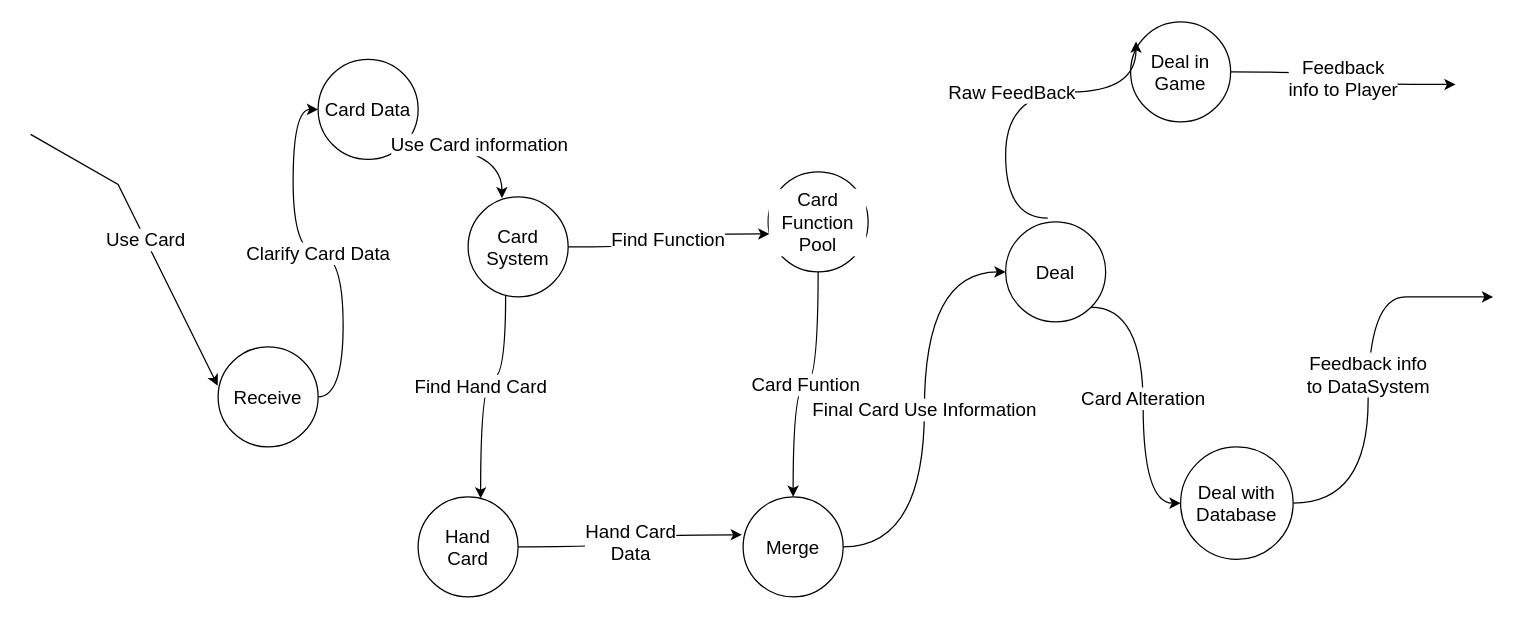
yizhezhixing/yizhezhixing keeps this draw.io diagram as dataflow.drawio. Above is the earlier version. Source tidied: cells renumbered, new cells numbered last; positions are measured from the earlier drawing's top-left corner, leaving out a move shared by most shapes. Both pictures are drawn from the tidied source at 125%, with x=0, y=0 at pixel (30, 21).
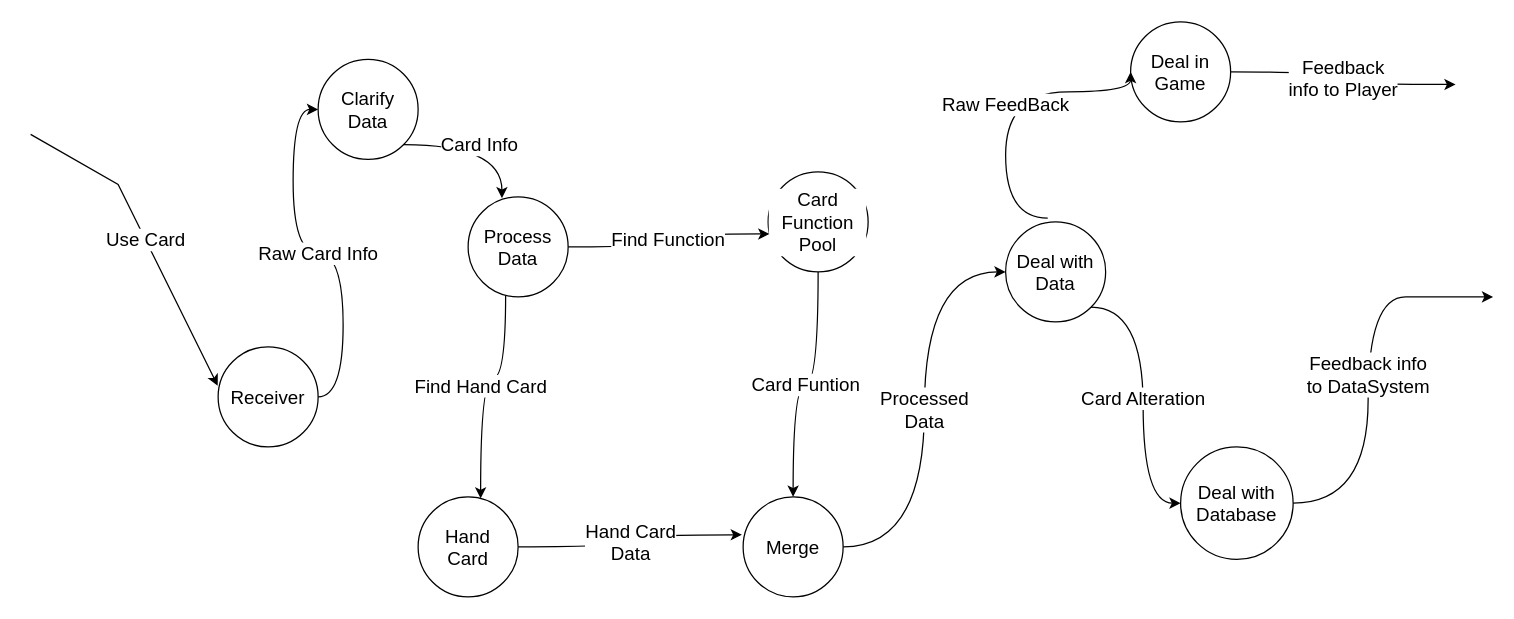
The same diagram, later.

The change refers to these unchanged cells:
```xml
<mxCell id="15" value="Merge" style="ellipse;whiteSpace=wrap;html=1;fontFamily=Helvetica;fontSize=15;fontColor=default;labelBackgroundColor=default;" parent="1" vertex="1">
  <mxGeometry x="570" y="380" width="80" height="80" as="geometry" />
</mxCell>
<mxCell id="18" value="Deal in&lt;div style=&quot;font-size: 15px;&quot;&gt;Game&lt;/div&gt;" style="ellipse;whiteSpace=wrap;html=1;fontFamily=Helvetica;fontSize=15;fontColor=default;labelBackgroundColor=default;" parent="1" vertex="1">
  <mxGeometry x="880" width="80" height="80" as="geometry" />
</mxCell>
```

What changed in the source:
```diff
@@
-    <mxCell id="2" value="Clarify Card Data" style="edgeStyle=orthogonalEdgeStyle;rounded=0;jettySize=auto;html=1;exitX=1;exitY=0.5;exitDx=0;exitDy=0;entryX=0;entryY=0.5;entryDx=0;entryDy=0;curved=1;fontSize=15;" parent="1" edge="1" source="3" target="5">
+    <mxCell id="2" value="Raw Card Info" style="edgeStyle=orthogonalEdgeStyle;rounded=0;jettySize=auto;html=1;exitX=1;exitY=0.5;exitDx=0;exitDy=0;entryX=0;entryY=0.5;entryDx=0;entryDy=0;curved=1;fontSize=15;" parent="1" edge="1" source="3" target="5">
       <mxGeometry relative="1" as="geometry" />
     </mxCell>
-    <mxCell id="3" value="Receive" style="ellipse;whiteSpace=wrap;html=1;fontSize=15;" parent="1" vertex="1">
+    <mxCell id="3" value="Receiver" style="ellipse;whiteSpace=wrap;html=1;fontSize=15;" parent="1" vertex="1">
       <mxGeometry x="150" y="260" width="80" height="80" as="geometry" />
     </mxCell>
@@
-    <mxCell id="5" value="Card Data" style="ellipse;whiteSpace=wrap;html=1;fontSize=15;" parent="1" vertex="1">
+    <mxCell id="5" value="Clarify Data" style="ellipse;whiteSpace=wrap;html=1;fontSize=15;" parent="1" vertex="1">
       <mxGeometry x="230" y="30" width="80" height="80" as="geometry" />
     </mxCell>
@@
-    <mxCell id="7" value="Card System" style="ellipse;whiteSpace=wrap;html=1;fontSize=15;" parent="1" vertex="1">
+    <mxCell id="7" value="Process&lt;div&gt;Data&lt;/div&gt;" style="ellipse;whiteSpace=wrap;html=1;fontSize=15;" parent="1" vertex="1">
       <mxGeometry x="350" y="140" width="80" height="80" as="geometry" />
     </mxCell>
-    <mxCell id="8" value="Use Card information" style="endArrow=classic;html=1;rounded=0;strokeColor=default;align=center;verticalAlign=middle;fontFamily=Helvetica;fontSize=15;fontColor=default;labelBackgroundColor=default;edgeStyle=orthogonalEdgeStyle;curved=1;exitX=1;exitY=1;exitDx=0;exitDy=0;entryX=0.338;entryY=0.013;entryDx=0;entryDy=0;entryPerimeter=0;" parent="1" edge="1" source="5" target="7">
+    <mxCell id="8" value="Card Info" style="endArrow=classic;html=1;rounded=0;strokeColor=default;align=center;verticalAlign=middle;fontFamily=Helvetica;fontSize=15;fontColor=default;labelBackgroundColor=default;edgeStyle=orthogonalEdgeStyle;curved=1;exitX=1;exitY=1;exitDx=0;exitDy=0;entryX=0.338;entryY=0.013;entryDx=0;entryDy=0;entryPerimeter=0;" parent="1" edge="1" source="5" target="7">
       <mxGeometry relative="1" as="geometry" />
     </mxCell>
@@
-    <mxCell id="13" value="Final Card Use Information" style="edgeStyle=orthogonalEdgeStyle;shape=connector;curved=1;rounded=0;jettySize=auto;html=1;entryX=0;entryY=0.5;entryDx=0;entryDy=0;strokeColor=default;align=center;verticalAlign=middle;fontFamily=Helvetica;fontSize=15;fontColor=default;labelBackgroundColor=default;endArrow=classic;" parent="1" edge="1" source="15" target="17">
+    <mxCell id="13" value="Processed&lt;div&gt;Data&lt;/div&gt;" style="edgeStyle=orthogonalEdgeStyle;shape=connector;curved=1;rounded=0;jettySize=auto;html=1;entryX=0;entryY=0.5;entryDx=0;entryDy=0;strokeColor=default;align=center;verticalAlign=middle;fontFamily=Helvetica;fontSize=15;fontColor=default;labelBackgroundColor=default;endArrow=classic;" parent="1" edge="1" source="15" target="17">
       <mxGeometry relative="1" as="geometry" />
     </mxCell>
@@
-    <mxCell id="17" value="Deal" style="ellipse;whiteSpace=wrap;html=1;fontFamily=Helvetica;fontSize=15;fontColor=default;labelBackgroundColor=default;" parent="1" vertex="1">
+    <mxCell id="17" value="Deal with&lt;div&gt;Data&lt;/div&gt;" style="ellipse;whiteSpace=wrap;html=1;fontFamily=Helvetica;fontSize=15;fontColor=default;labelBackgroundColor=default;" parent="1" vertex="1">
       <mxGeometry x="780" y="160" width="80" height="80" as="geometry" />
     </mxCell>
@@
-    <mxCell id="20" value="Raw FeedBack" style="endArrow=classic;html=1;rounded=0;strokeColor=default;align=center;verticalAlign=middle;fontFamily=Helvetica;fontSize=15;fontColor=default;labelBackgroundColor=default;edgeStyle=orthogonalEdgeStyle;curved=1;exitX=0.421;exitY=-0.037;exitDx=0;exitDy=0;exitPerimeter=0;entryX=0.054;entryY=0.196;entryDx=0;entryDy=0;entryPerimeter=0;" parent="1" edge="1" source="17" target="18">
+    <mxCell id="20" value="Raw FeedBack" style="endArrow=classic;html=1;rounded=0;strokeColor=default;align=center;verticalAlign=middle;fontFamily=Helvetica;fontSize=15;fontColor=default;labelBackgroundColor=default;edgeStyle=orthogonalEdgeStyle;curved=1;exitX=0.421;exitY=-0.037;exitDx=0;exitDy=0;exitPerimeter=0;entryX=0;entryY=0.5;entryDx=0;entryDy=0;" parent="1" edge="1" source="17" target="18">
       <mxGeometry relative="1" as="geometry">
         <Array as="points">
           <mxPoint x="780" y="157" />
           <mxPoint x="780" y="56" />
+          <mxPoint x="880" y="56" />
         </Array>
       </mxGeometry>
     </mxCell>
```
